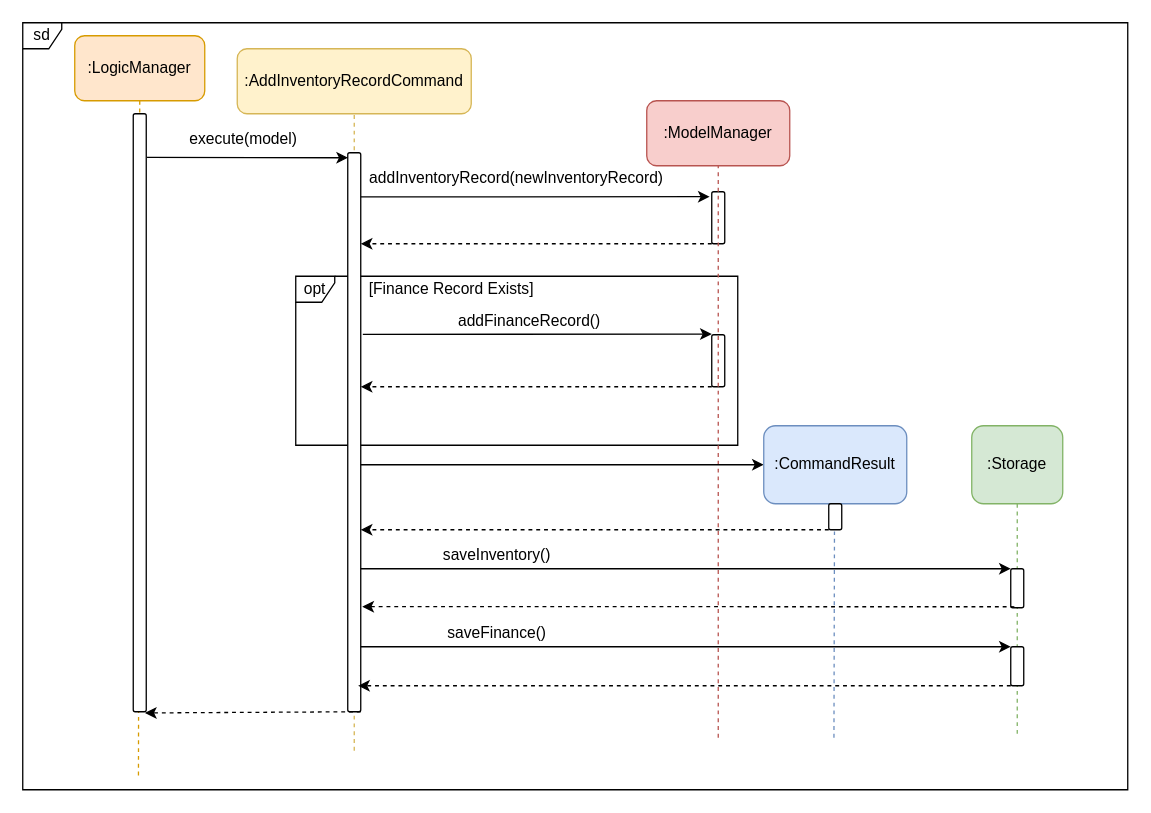
nus-cs2103-AY2021S1/tp keeps this draw.io diagram as docs/diagrams/logic/AddInventoryCommandExecuteSequenceDiagram.drawio. Above is the earlier version. Source tidied: cells renumbered, new cells numbered last; positions are measured from the earlier drawing's top-left corner, leaving out a move shared by most shapes. Both pictures are drawn from the tidied source at 130%, with x=0, y=0 at pixel (22, 22).
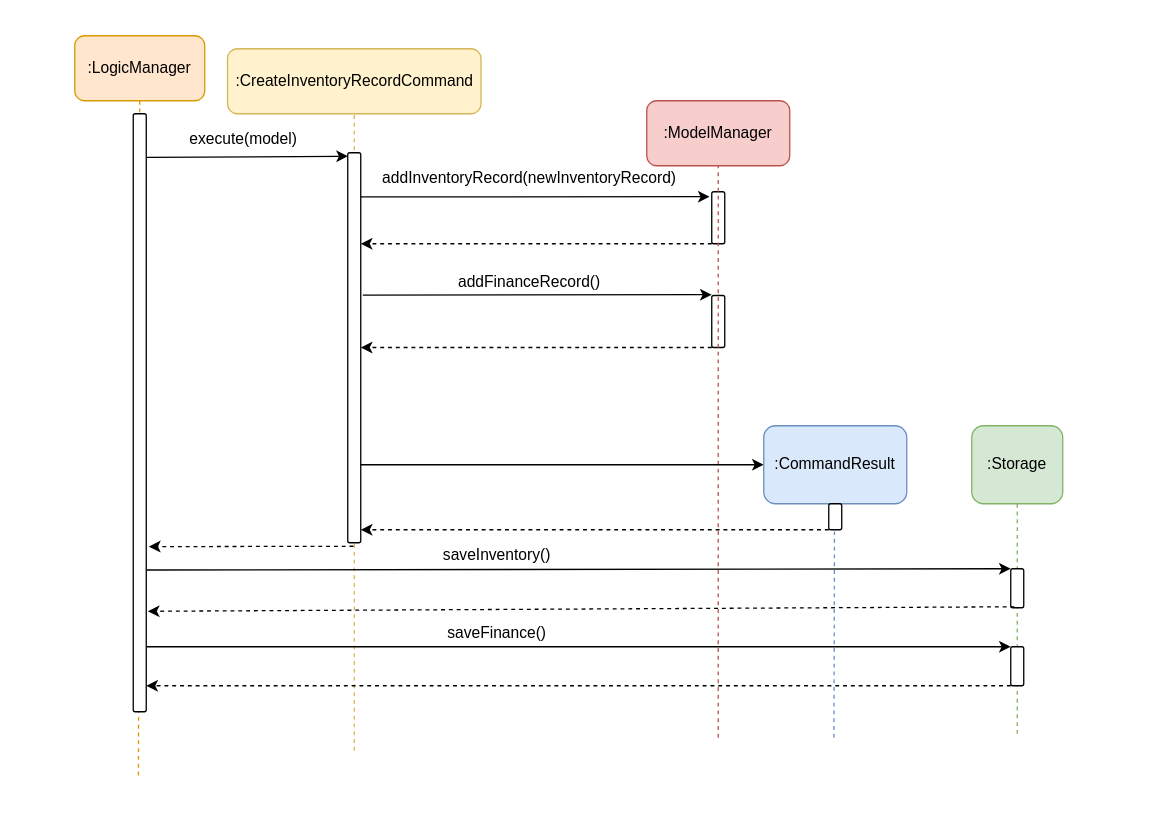
After the change.

Unchanged cells that the change refers to:
```xml
<mxCell id="9" style="html=1;points=[];perimeter=orthogonalPerimeter;rounded=1;" parent="1" vertex="1">
  <mxGeometry x="85" y="70" width="10" height="460" as="geometry" />
</mxCell>
<mxCell id="30" style="html=1;points=[];perimeter=orthogonalPerimeter;rounded=1;" parent="1" vertex="1">
  <mxGeometry x="760" y="420" width="10" height="30" as="geometry" />
</mxCell>
```

Diff of the diagram source:
```diff
@@
-    <mxCell id="2" value="opt" style="shape=umlFrame;whiteSpace=wrap;html=1;rounded=1;width=30;height=20;" parent="1" vertex="1">
-      <mxGeometry x="210" y="195" width="340" height="130" as="geometry" />
-    </mxCell>
@@
-    <mxCell id="5" value="sd" style="shape=umlFrame;whiteSpace=wrap;html=1;rounded=1;width=30;height=20;" parent="1" vertex="1">
-      <mxGeometry width="850" height="590" as="geometry" />
-    </mxCell>
-    <mxCell id="6" value=":AddInventoryRecordCommand" style="rounded=1;whiteSpace=wrap;html=1;fillColor=#fff2cc;strokeColor=#d6b656;" parent="1" vertex="1">
-      <mxGeometry x="165" y="20" width="180" height="50" as="geometry" />
+    <mxCell id="6" value=":CreateInventoryRecordCommand" style="rounded=1;whiteSpace=wrap;html=1;fillColor=#fff2cc;strokeColor=#d6b656;" parent="1" vertex="1">
+      <mxGeometry x="157.5" y="20" width="195" height="50" as="geometry" />
     </mxCell>
     <mxCell id="7" style="html=1;points=[];perimeter=orthogonalPerimeter;rounded=1;" parent="1" vertex="1">
-      <mxGeometry x="250" y="100" width="10" height="430" as="geometry" />
+      <mxGeometry x="250" y="100" width="10" height="300" as="geometry" />
     </mxCell>
@@
     <mxCell id="15" value="addInventoryRecord(newInventoryRecord)" style="text;html=1;strokeColor=none;fillColor=none;align=center;verticalAlign=middle;whiteSpace=wrap;rounded=0;" parent="1" vertex="1">
-      <mxGeometry x="360" y="110" width="40" height="20" as="geometry" />
+      <mxGeometry x="370" y="110" width="40" height="20" as="geometry" />
     </mxCell>
@@
     <mxCell id="17" style="endArrow=classic;html=1;entryX=-0.16;entryY=0.095;entryDx=0;entryDy=0;entryPerimeter=0;" parent="1" edge="1">
       <mxGeometry relative="1" as="geometry">
-        <mxPoint x="261.6" y="239.7" as="sourcePoint" />
-        <mxPoint x="530" y="239.5" as="targetPoint" />
+        <mxPoint x="261.6" y="209.5" as="sourcePoint" />
+        <mxPoint x="530" y="209.2" as="targetPoint" />
       </mxGeometry>
     </mxCell>
     <mxCell id="18" style="html=1;perimeter=orthogonalPerimeter;rounded=1;" parent="1" vertex="1">
-      <mxGeometry x="530" y="240" width="10" height="40" as="geometry" />
+      <mxGeometry x="530" y="209.8" width="10" height="40" as="geometry" />
     </mxCell>
@@
     <mxCell id="20" style="endArrow=classic;html=1;dashed=1;" parent="1" edge="1">
       <mxGeometry relative="1" as="geometry">
-        <mxPoint x="530" y="280" as="sourcePoint" />
-        <mxPoint x="260" y="280" as="targetPoint" />
+        <mxPoint x="530" y="249.8" as="sourcePoint" />
+        <mxPoint x="260" y="249.8" as="targetPoint" />
       </mxGeometry>
     </mxCell>
     <mxCell id="21" value="addFinanceRecord()" style="text;html=1;strokeColor=none;fillColor=none;align=center;verticalAlign=middle;whiteSpace=wrap;rounded=0;" parent="1" vertex="1">
-      <mxGeometry x="370" y="220" width="40" height="20" as="geometry" />
+      <mxGeometry x="370" y="189.8" width="40" height="20" as="geometry" />
     </mxCell>
-    <mxCell id="22" value="[Finance Record Exists]" style="text;html=1;strokeColor=none;fillColor=none;align=center;verticalAlign=middle;whiteSpace=wrap;rounded=0;" parent="1" vertex="1">
-      <mxGeometry x="260" y="195" width="140" height="20" as="geometry" />
-    </mxCell>
@@
-    <mxCell id="27" style="endArrow=classic;html=1;" parent="1" edge="1">
+    <mxCell id="27" style="endArrow=classic;html=1;exitX=1.028;exitY=0.763;exitDx=0;exitDy=0;exitPerimeter=0;" parent="1" edge="1" source="9">
       <mxGeometry relative="1" as="geometry">
-        <mxPoint x="260" y="420" as="sourcePoint" />
         <mxPoint x="760" y="420" as="targetPoint" />
       </mxGeometry>
     </mxCell>
@@
-    <mxCell id="32" style="endArrow=classic;html=1;dashed=1;exitX=0.28;exitY=0.975;exitDx=0;exitDy=0;exitPerimeter=0;entryX=1.12;entryY=0.812;entryDx=0;entryDy=0;entryPerimeter=0;" parent="1" edge="1" source="30" target="7">
+    <mxCell id="32" style="endArrow=classic;html=1;dashed=1;exitX=0.28;exitY=0.975;exitDx=0;exitDy=0;exitPerimeter=0;entryX=1.119;entryY=0.832;entryDx=0;entryDy=0;entryPerimeter=0;" parent="1" edge="1" source="30" target="9">
       <mxGeometry relative="1" as="geometry" />
     </mxCell>
@@
-    <mxCell id="34" style="endArrow=classic;html=1;" parent="1" edge="1">
+    <mxCell id="34" style="endArrow=classic;html=1;" parent="1" edge="1" source="9">
       <mxGeometry relative="1" as="geometry">
-        <mxPoint x="260" y="480" as="sourcePoint" />
         <mxPoint x="760" y="480" as="targetPoint" />
       </mxGeometry>
     </mxCell>
-    <mxCell id="35" style="endArrow=classic;html=1;dashed=1;exitX=0.28;exitY=0.975;exitDx=0;exitDy=0;exitPerimeter=0;" parent="1" edge="1">
+    <mxCell id="35" style="endArrow=classic;html=1;dashed=1;exitX=0.28;exitY=0.975;exitDx=0;exitDy=0;exitPerimeter=0;" parent="1" edge="1" target="9">
       <mxGeometry relative="1" as="geometry">
         <mxPoint x="760" y="510" as="sourcePoint" />
-        <mxPoint x="258" y="510" as="targetPoint" />
       </mxGeometry>
     </mxCell>
@@
-    <mxCell id="37" style="endArrow=classic;html=1;dashed=1;entryX=0.9;entryY=1.002;entryDx=0;entryDy=0;entryPerimeter=0;" parent="1" edge="1" target="9">
+    <mxCell id="37" style="endArrow=classic;html=1;dashed=1;exitX=0.437;exitY=1.009;exitDx=0;exitDy=0;exitPerimeter=0;" parent="1" edge="1" source="7">
       <mxGeometry relative="1" as="geometry">
-        <mxPoint x="260" y="530" as="sourcePoint" />
+        <mxPoint x="97" y="403" as="targetPoint" />
       </mxGeometry>
     </mxCell>
```
